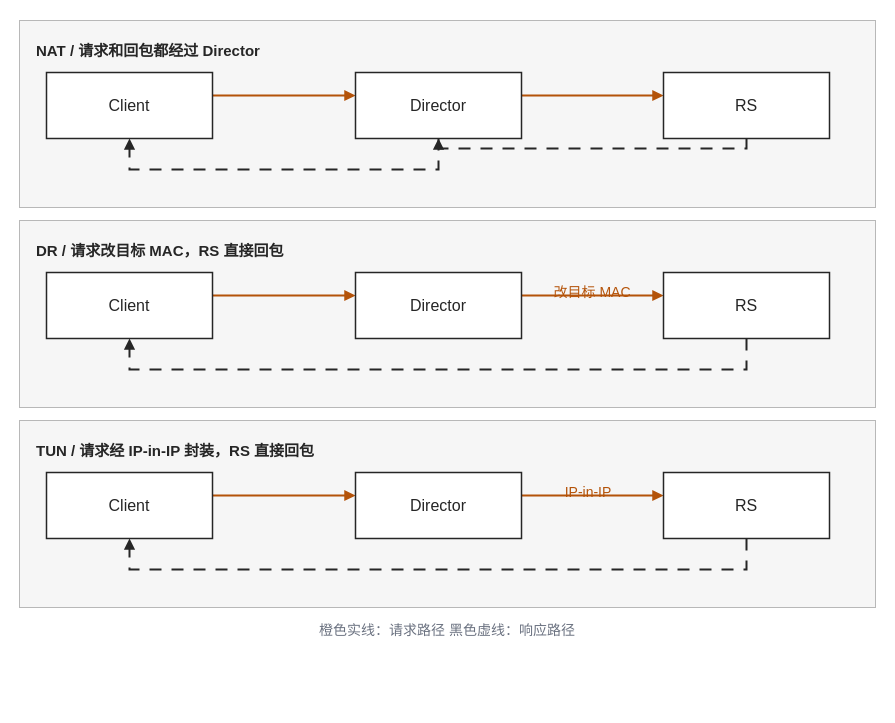
Before: diagrams/lvs-forwarding-modes.drawio in cafebeef1/cafebeef1.github.io, a draw.io diagram. Source tidied: cells renumbered, new cells numbered last; positions are measured from the earlier drawing's top-left corner, leaving out a move shared by most shapes. Both pictures are drawn from the tidied source at 100%, with x=0, y=0 at pixel (19, 20).
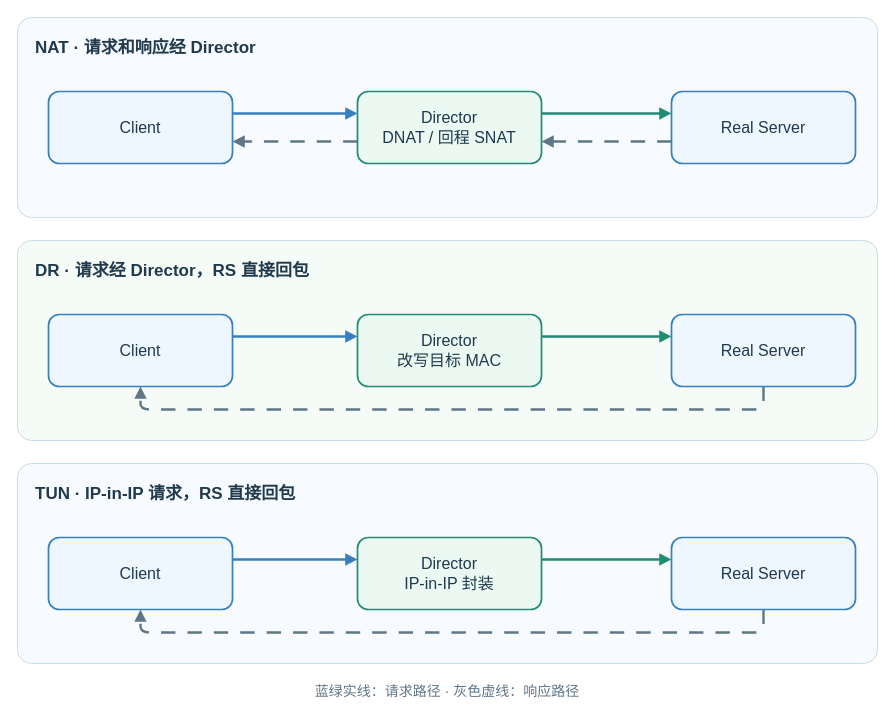
After the change.

The edit, as a diff of the source:
```diff
@@
-    <mxCell id="2" value="NAT  /  请求和回包都经过 Director" style="rounded=0;whiteSpace=wrap;html=0;fillColor=#f6f6f6;strokeColor=#b8b8b8;strokeWidth=1;align=left;verticalAlign=top;spacingTop=15;spacingLeft=15;fontStyle=1;fontSize=15;fontColor=#262626;" parent="1" vertex="1">
-      <mxGeometry width="856" height="187" as="geometry" />
+    <mxCell id="2" value="NAT  ·  请求和响应经 Director" style="rounded=1;arcSize=7;whiteSpace=wrap;fillColor=#f7fbff;strokeColor=#c9dce8;fontSize=17;fontStyle=1;fontColor=#20394c;verticalAlign=top;align=left;spacingTop=14;spacingLeft=16;strokeWidth=1;" parent="1" vertex="1">
+      <mxGeometry x="-2" y="-3" width="860" height="200" as="geometry" />
     </mxCell>
-    <mxCell id="3" value="DR  /  请求改目标 MAC，RS 直接回包" style="rounded=0;whiteSpace=wrap;html=0;fillColor=#f6f6f6;strokeColor=#b8b8b8;strokeWidth=1;align=left;verticalAlign=top;spacingTop=15;spacingLeft=15;fontStyle=1;fontSize=15;fontColor=#262626;" parent="1" vertex="1">
-      <mxGeometry y="200" width="856" height="187" as="geometry" />
+    <mxCell id="3" value="DR  ·  请求经 Director，RS 直接回包" style="rounded=1;arcSize=7;whiteSpace=wrap;fillColor=#f5fcf8;strokeColor=#c9dce8;fontSize=17;fontStyle=1;fontColor=#20394c;verticalAlign=top;align=left;spacingTop=14;spacingLeft=16;strokeWidth=1;" parent="1" vertex="1">
+      <mxGeometry x="-2" y="220" width="860" height="200" as="geometry" />
     </mxCell>
-    <mxCell id="4" value="TUN  /  请求经 IP-in-IP 封装，RS 直接回包" style="rounded=0;whiteSpace=wrap;html=0;fillColor=#f6f6f6;strokeColor=#b8b8b8;strokeWidth=1;align=left;verticalAlign=top;spacingTop=15;spacingLeft=15;fontStyle=1;fontSize=15;fontColor=#262626;" parent="1" vertex="1">
-      <mxGeometry y="400" width="856" height="187" as="geometry" />
+    <mxCell id="4" value="TUN  ·  IP-in-IP 请求，RS 直接回包" style="rounded=1;arcSize=7;whiteSpace=wrap;fillColor=#f7fbff;strokeColor=#c9dce8;fontSize=17;fontStyle=1;fontColor=#20394c;verticalAlign=top;align=left;spacingTop=14;spacingLeft=16;strokeWidth=1;" parent="1" vertex="1">
+      <mxGeometry x="-2" y="443" width="860" height="200" as="geometry" />
     </mxCell>
-    <mxCell id="5" style="edgeStyle=none;html=0;rounded=0;strokeColor=#b45309;strokeWidth=2;endArrow=block;endFill=1;" parent="1" edge="1">
+    <mxCell id="5" style="edgeStyle=none;rounded=1;html=0;strokeColor=#377fbd;strokeWidth=2.4;endArrow=block;endFill=1;" parent="1" edge="1">
       <mxGeometry relative="1" as="geometry">
-        <mxPoint x="193" y="75" as="sourcePoint" />
-        <mxPoint x="336" y="75" as="targetPoint" />
+        <mxPoint x="213" y="93" as="sourcePoint" />
+        <mxPoint x="338" y="93" as="targetPoint" />
       </mxGeometry>
     </mxCell>
-    <mxCell id="6" style="edgeStyle=none;html=0;rounded=0;strokeColor=#b45309;strokeWidth=2;endArrow=block;endFill=1;" parent="1" edge="1">
+    <mxCell id="6" style="edgeStyle=none;rounded=1;html=0;strokeColor=#218c74;strokeWidth=2.4;endArrow=block;endFill=1;" parent="1" edge="1">
       <mxGeometry relative="1" as="geometry">
-        <mxPoint x="502" y="75" as="sourcePoint" />
-        <mxPoint x="644" y="75" as="targetPoint" />
+        <mxPoint x="522" y="93" as="sourcePoint" />
+        <mxPoint x="652" y="93" as="targetPoint" />
       </mxGeometry>
     </mxCell>
-    <mxCell id="7" style="edgeStyle=none;html=0;rounded=0;strokeColor=#262626;strokeWidth=2;dashed=1;dashPattern=6 5;endArrow=block;endFill=1;" parent="1" edge="1">
+    <mxCell id="7" style="edgeStyle=none;rounded=1;html=0;strokeColor=#5f7687;strokeWidth=2.4;dashed=1;dashPattern=6 5;endArrow=block;endFill=1;" parent="1" edge="1">
       <mxGeometry relative="1" as="geometry">
-        <mxPoint x="727" y="118" as="sourcePoint" />
-        <mxPoint x="419" y="118" as="targetPoint" />
-        <Array as="points">
-          <mxPoint x="727" y="128" />
-          <mxPoint x="419" y="128" />
-        </Array>
+        <mxPoint x="652" y="121" as="sourcePoint" />
+        <mxPoint x="522" y="121" as="targetPoint" />
       </mxGeometry>
     </mxCell>
-    <mxCell id="8" style="edgeStyle=none;html=0;rounded=0;strokeColor=#262626;strokeWidth=2;dashed=1;dashPattern=6 5;endArrow=block;endFill=1;" parent="1" edge="1">
+    <mxCell id="8" style="edgeStyle=none;rounded=1;html=0;strokeColor=#5f7687;strokeWidth=2.4;dashed=1;dashPattern=6 5;endArrow=block;endFill=1;" parent="1" edge="1">
       <mxGeometry relative="1" as="geometry">
-        <mxPoint x="419" y="118" as="sourcePoint" />
-        <mxPoint x="110" y="118" as="targetPoint" />
-        <Array as="points">
-          <mxPoint x="419" y="149" />
-          <mxPoint x="110" y="149" />
-        </Array>
+        <mxPoint x="338" y="121" as="sourcePoint" />
+        <mxPoint x="213" y="121" as="targetPoint" />
       </mxGeometry>
     </mxCell>
-    <mxCell id="9" style="edgeStyle=none;html=0;rounded=0;strokeColor=#b45309;strokeWidth=2;endArrow=block;endFill=1;" parent="1" edge="1">
+    <mxCell id="9" style="edgeStyle=none;rounded=1;html=0;strokeColor=#377fbd;strokeWidth=2.4;endArrow=block;endFill=1;" parent="1" edge="1">
       <mxGeometry relative="1" as="geometry">
-        <mxPoint x="193" y="275" as="sourcePoint" />
-        <mxPoint x="336" y="275" as="targetPoint" />
+        <mxPoint x="213" y="316" as="sourcePoint" />
+        <mxPoint x="338" y="316" as="targetPoint" />
       </mxGeometry>
     </mxCell>
-    <mxCell id="10" style="edgeStyle=none;html=0;rounded=0;strokeColor=#b45309;strokeWidth=2;endArrow=block;endFill=1;" parent="1" edge="1">
+    <mxCell id="10" style="edgeStyle=none;rounded=1;html=0;strokeColor=#218c74;strokeWidth=2.4;endArrow=block;endFill=1;" parent="1" edge="1">
       <mxGeometry relative="1" as="geometry">
-        <mxPoint x="502" y="275" as="sourcePoint" />
-        <mxPoint x="644" y="275" as="targetPoint" />
+        <mxPoint x="522" y="316" as="sourcePoint" />
+        <mxPoint x="652" y="316" as="targetPoint" />
       </mxGeometry>
     </mxCell>
-    <mxCell id="11" style="edgeStyle=none;html=0;rounded=0;strokeColor=#262626;strokeWidth=2;dashed=1;dashPattern=6 5;endArrow=block;endFill=1;" parent="1" edge="1">
+    <mxCell id="11" style="edgeStyle=none;rounded=1;html=0;strokeColor=#5f7687;strokeWidth=2.4;dashed=1;dashPattern=6 5;endArrow=block;endFill=1;" parent="1" edge="1">
       <mxGeometry relative="1" as="geometry">
-        <mxPoint x="727" y="318" as="sourcePoint" />
-        <mxPoint x="110" y="318" as="targetPoint" />
+        <mxPoint x="744" y="366" as="sourcePoint" />
+        <mxPoint x="121" y="366" as="targetPoint" />
         <Array as="points">
-          <mxPoint x="727" y="349" />
-          <mxPoint x="110" y="349" />
+          <mxPoint x="744" y="389" />
+          <mxPoint x="121" y="389" />
         </Array>
       </mxGeometry>
     </mxCell>
-    <mxCell id="12" style="edgeStyle=none;html=0;rounded=0;strokeColor=#b45309;strokeWidth=2;endArrow=block;endFill=1;" parent="1" edge="1">
+    <mxCell id="12" style="edgeStyle=none;rounded=1;html=0;strokeColor=#377fbd;strokeWidth=2.4;endArrow=block;endFill=1;" parent="1" edge="1">
       <mxGeometry relative="1" as="geometry">
-        <mxPoint x="193" y="475" as="sourcePoint" />
-        <mxPoint x="336" y="475" as="targetPoint" />
+        <mxPoint x="213" y="539" as="sourcePoint" />
+        <mxPoint x="338" y="539" as="targetPoint" />
       </mxGeometry>
     </mxCell>
-    <mxCell id="13" style="edgeStyle=none;html=0;rounded=0;strokeColor=#b45309;strokeWidth=2;endArrow=block;endFill=1;" parent="1" edge="1">
+    <mxCell id="13" style="edgeStyle=none;rounded=1;html=0;strokeColor=#218c74;strokeWidth=2.4;endArrow=block;endFill=1;" parent="1" edge="1">
       <mxGeometry relative="1" as="geometry">
-        <mxPoint x="502" y="475" as="sourcePoint" />
-        <mxPoint x="644" y="475" as="targetPoint" />
+        <mxPoint x="522" y="539" as="sourcePoint" />
+        <mxPoint x="652" y="539" as="targetPoint" />
       </mxGeometry>
     </mxCell>
-    <mxCell id="14" style="edgeStyle=none;html=0;rounded=0;strokeColor=#262626;strokeWidth=2;dashed=1;dashPattern=6 5;endArrow=block;endFill=1;" parent="1" edge="1">
+    <mxCell id="14" style="edgeStyle=none;rounded=1;html=0;strokeColor=#5f7687;strokeWidth=2.4;dashed=1;dashPattern=6 5;endArrow=block;endFill=1;" parent="1" edge="1">
       <mxGeometry relative="1" as="geometry">
-        <mxPoint x="727" y="518" as="sourcePoint" />
-        <mxPoint x="110" y="518" as="targetPoint" />
+        <mxPoint x="744" y="589" as="sourcePoint" />
+        <mxPoint x="121" y="589" as="targetPoint" />
         <Array as="points">
-          <mxPoint x="727" y="549" />
-          <mxPoint x="110" y="549" />
+          <mxPoint x="744" y="612" />
+          <mxPoint x="121" y="612" />
         </Array>
       </mxGeometry>
     </mxCell>
-    <mxCell id="15" value="Client" style="rounded=0;whiteSpace=wrap;html=0;fillColor=#fff;strokeColor=#262626;strokeWidth=1.5;fontSize=16;fontColor=#262626;align=center;verticalAlign=middle;spacing=5;" parent="1" vertex="1">
-      <mxGeometry x="27" y="52" width="166" height="66" as="geometry" />
+    <mxCell id="15" value="Client" style="rounded=1;arcSize=15;whiteSpace=wrap;html=0;fillColor=#eef6ff;strokeColor=#377fbd;strokeWidth=1.7;fontSize=16;fontColor=#20394c;align=center;verticalAlign=middle;spacing=5;" parent="1" vertex="1">
+      <mxGeometry x="29" y="71" width="184" height="72" as="geometry" />
     </mxCell>
-    <mxCell id="16" value="Director" style="rounded=0;whiteSpace=wrap;html=0;fillColor=#fff;strokeColor=#262626;strokeWidth=1.5;fontSize=16;fontColor=#262626;align=center;verticalAlign=middle;spacing=5;" parent="1" vertex="1">
-      <mxGeometry x="336" y="52" width="166" height="66" as="geometry" />
+    <mxCell id="16" value="Director&#10;DNAT / 回程 SNAT" style="rounded=1;arcSize=15;whiteSpace=wrap;html=0;fillColor=#ecf9f3;strokeColor=#218c74;strokeWidth=1.7;fontSize=16;fontColor=#20394c;align=center;verticalAlign=middle;spacing=5;" parent="1" vertex="1">
+      <mxGeometry x="338" y="71" width="184" height="72" as="geometry" />
     </mxCell>
-    <mxCell id="17" value="RS" style="rounded=0;whiteSpace=wrap;html=0;fillColor=#fff;strokeColor=#262626;strokeWidth=1.5;fontSize=16;fontColor=#262626;align=center;verticalAlign=middle;spacing=5;" parent="1" vertex="1">
-      <mxGeometry x="644" y="52" width="166" height="66" as="geometry" />
+    <mxCell id="17" value="Real Server" style="rounded=1;arcSize=15;whiteSpace=wrap;html=0;fillColor=#eef6ff;strokeColor=#377fbd;strokeWidth=1.7;fontSize=16;fontColor=#20394c;align=center;verticalAlign=middle;spacing=5;" parent="1" vertex="1">
+      <mxGeometry x="652" y="71" width="184" height="72" as="geometry" />
     </mxCell>
-    <mxCell id="18" value="Client" style="rounded=0;whiteSpace=wrap;html=0;fillColor=#fff;strokeColor=#262626;strokeWidth=1.5;fontSize=16;fontColor=#262626;align=center;verticalAlign=middle;spacing=5;" parent="1" vertex="1">
-      <mxGeometry x="27" y="252" width="166" height="66" as="geometry" />
+    <mxCell id="18" value="Client" style="rounded=1;arcSize=15;whiteSpace=wrap;html=0;fillColor=#eef6ff;strokeColor=#377fbd;strokeWidth=1.7;fontSize=16;fontColor=#20394c;align=center;verticalAlign=middle;spacing=5;" parent="1" vertex="1">
+      <mxGeometry x="29" y="294" width="184" height="72" as="geometry" />
     </mxCell>
-    <mxCell id="19" value="Director" style="rounded=0;whiteSpace=wrap;html=0;fillColor=#fff;strokeColor=#262626;strokeWidth=1.5;fontSize=16;fontColor=#262626;align=center;verticalAlign=middle;spacing=5;" parent="1" vertex="1">
-      <mxGeometry x="336" y="252" width="166" height="66" as="geometry" />
+    <mxCell id="19" value="Director&#10;改写目标 MAC" style="rounded=1;arcSize=15;whiteSpace=wrap;html=0;fillColor=#ecf9f3;strokeColor=#218c74;strokeWidth=1.7;fontSize=16;fontColor=#20394c;align=center;verticalAlign=middle;spacing=5;" parent="1" vertex="1">
+      <mxGeometry x="338" y="294" width="184" height="72" as="geometry" />
     </mxCell>
-    <mxCell id="20" value="RS" style="rounded=0;whiteSpace=wrap;html=0;fillColor=#fff;strokeColor=#262626;strokeWidth=1.5;fontSize=16;fontColor=#262626;align=center;verticalAlign=middle;spacing=5;" parent="1" vertex="1">
-      <mxGeometry x="644" y="252" width="166" height="66" as="geometry" />
+    <mxCell id="20" value="Real Server" style="rounded=1;arcSize=15;whiteSpace=wrap;html=0;fillColor=#eef6ff;strokeColor=#377fbd;strokeWidth=1.7;fontSize=16;fontColor=#20394c;align=center;verticalAlign=middle;spacing=5;" parent="1" vertex="1">
+      <mxGeometry x="652" y="294" width="184" height="72" as="geometry" />
     </mxCell>
-    <mxCell id="21" value="Client" style="rounded=0;whiteSpace=wrap;html=0;fillColor=#fff;strokeColor=#262626;strokeWidth=1.5;fontSize=16;fontColor=#262626;align=center;verticalAlign=middle;spacing=5;" parent="1" vertex="1">
-      <mxGeometry x="27" y="452" width="166" height="66" as="geometry" />
+    <mxCell id="21" value="Client" style="rounded=1;arcSize=15;whiteSpace=wrap;html=0;fillColor=#eef6ff;strokeColor=#377fbd;strokeWidth=1.7;fontSize=16;fontColor=#20394c;align=center;verticalAlign=middle;spacing=5;" parent="1" vertex="1">
+      <mxGeometry x="29" y="517" width="184" height="72" as="geometry" />
     </mxCell>
-    <mxCell id="22" value="Director" style="rounded=0;whiteSpace=wrap;html=0;fillColor=#fff;strokeColor=#262626;strokeWidth=1.5;fontSize=16;fontColor=#262626;align=center;verticalAlign=middle;spacing=5;" parent="1" vertex="1">
-      <mxGeometry x="336" y="452" width="166" height="66" as="geometry" />
+    <mxCell id="22" value="Director&#10;IP-in-IP 封装" style="rounded=1;arcSize=15;whiteSpace=wrap;html=0;fillColor=#ecf9f3;strokeColor=#218c74;strokeWidth=1.7;fontSize=16;fontColor=#20394c;align=center;verticalAlign=middle;spacing=5;" parent="1" vertex="1">
+      <mxGeometry x="338" y="517" width="184" height="72" as="geometry" />
     </mxCell>
-    <mxCell id="23" value="RS" style="rounded=0;whiteSpace=wrap;html=0;fillColor=#fff;strokeColor=#262626;strokeWidth=1.5;fontSize=16;fontColor=#262626;align=center;verticalAlign=middle;spacing=5;" parent="1" vertex="1">
-      <mxGeometry x="644" y="452" width="166" height="66" as="geometry" />
+    <mxCell id="23" value="Real Server" style="rounded=1;arcSize=15;whiteSpace=wrap;html=0;fillColor=#eef6ff;strokeColor=#377fbd;strokeWidth=1.7;fontSize=16;fontColor=#20394c;align=center;verticalAlign=middle;spacing=5;" parent="1" vertex="1">
+      <mxGeometry x="652" y="517" width="184" height="72" as="geometry" />
     </mxCell>
-    <mxCell id="24" value="改目标 MAC" style="text;html=0;strokeColor=none;fillColor=none;align=center;verticalAlign=middle;fontColor=#b45309;fontSize=14;" parent="1" vertex="1">
-      <mxGeometry x="343" y="257" width="460" height="27" as="geometry" />
+    <mxCell id="24" value="蓝绿实线：请求路径  ·  灰色虚线：响应路径" style="text;html=0;whiteSpace=wrap;fillColor=none;strokeColor=none;fontColor=#5f7687;fontSize=14;align=center;verticalAlign=middle;" parent="1" vertex="1">
+      <mxGeometry x="8" y="657" width="840" height="28" as="geometry" />
     </mxCell>
-    <mxCell id="25" value="IP-in-IP" style="text;html=0;strokeColor=none;fillColor=none;align=center;verticalAlign=middle;fontColor=#b45309;fontSize=14;" parent="1" vertex="1">
-      <mxGeometry x="339" y="457" width="460" height="27" as="geometry" />
-    </mxCell>
-    <mxCell id="26" value="橙色实线：请求路径    黑色虚线：响应路径" style="text;html=0;strokeColor=none;fillColor=none;align=center;verticalAlign=middle;fontColor=#6b7280;fontSize=14;" parent="1" vertex="1">
-      <mxGeometry x="198" y="595" width="460" height="27" as="geometry" />
-    </mxCell>
```
